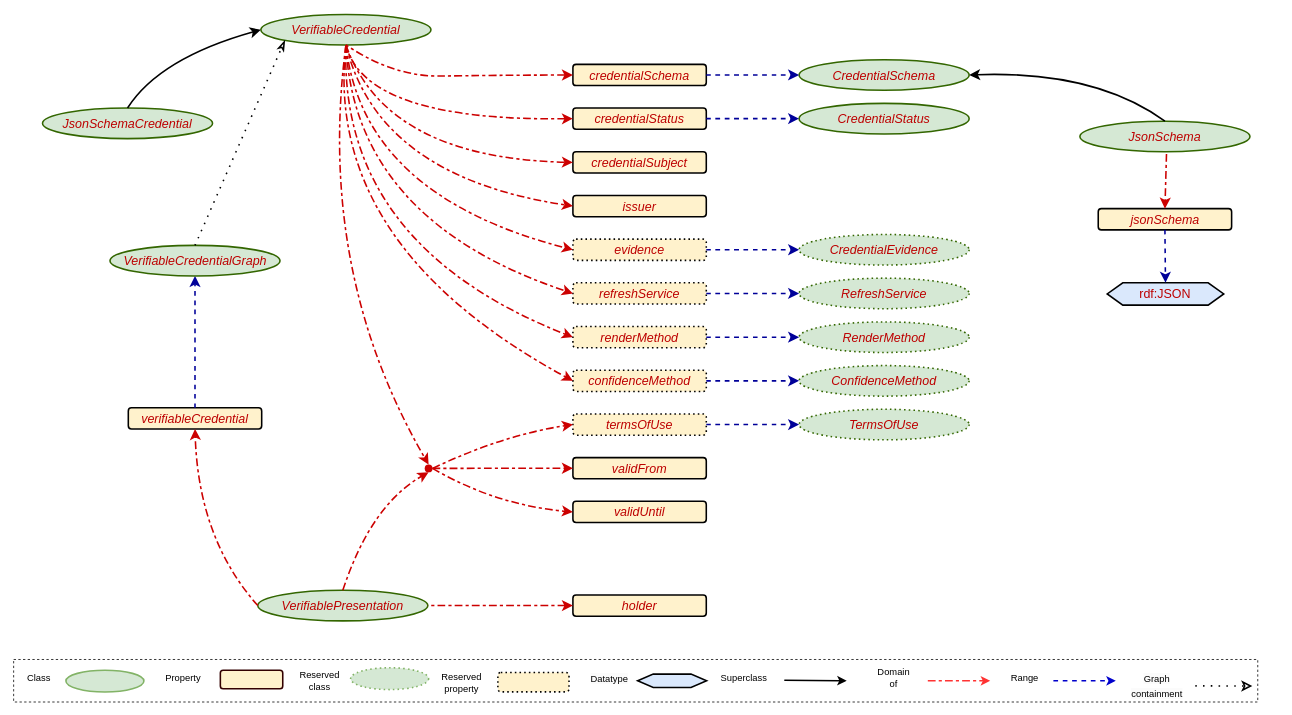
The draw.io diagram vocab/credentials/v2/vocabulary.drawio in w3c/vc-data-model, before the edit. Source tidied: cells renumbered, new cells numbered last; positions are measured from the earlier drawing's top-left corner, leaving out a move shared by most shapes. Both pictures are drawn from the tidied source at 78%, with x=0, y=0 at pixel (13, 14).
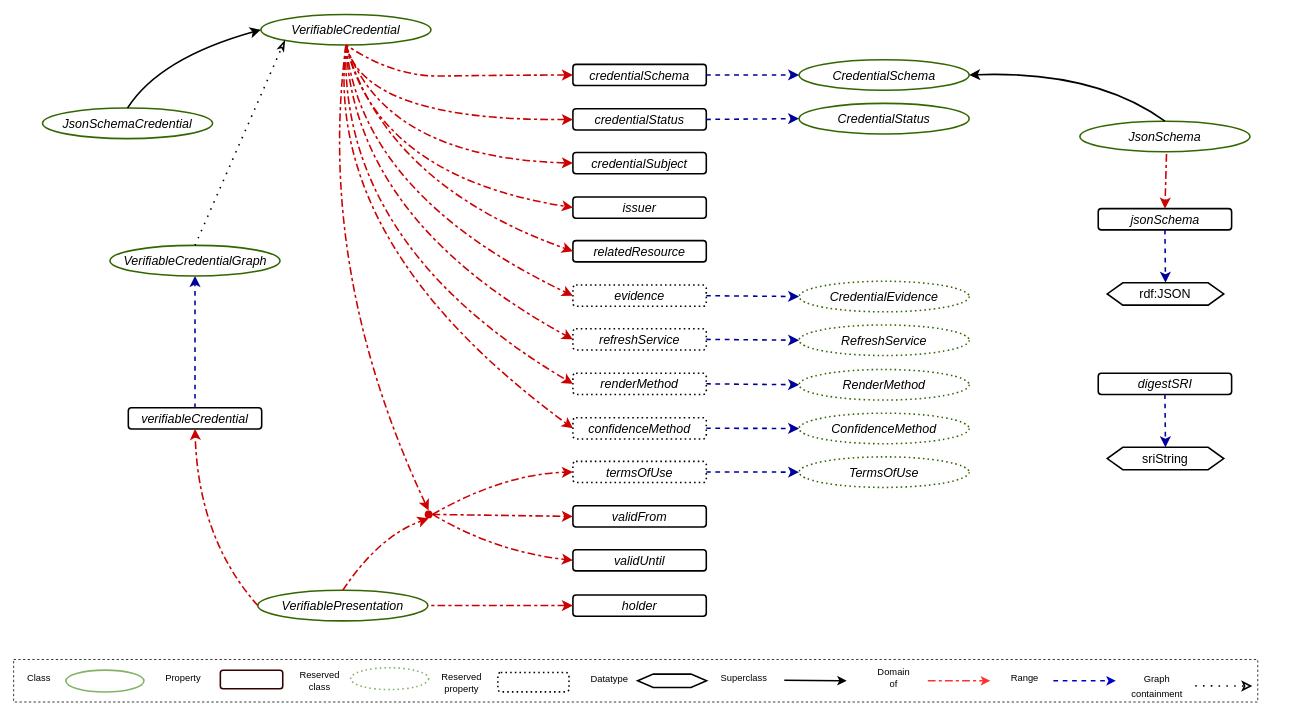
The same page after the edit.

Commit message (it also covers changes not shown here):
- Updated the diagram, finalized the vocabulary (there were syntax errors) - `sristring` -> `sriString` - Generated previews for the vocabulary

The change refers to these unchanged cells:
```xml
<mxCell id="57" style="group;" parent="55" vertex="1">
  <mxGeometry x="7" y="2.5" width="1614" height="49.5" as="geometry" />
</mxCell>
<mxCell id="58" style="group;" parent="57" vertex="1">
  <mxGeometry x="718" y="4.8" width="163.4" height="40" as="geometry" />
</mxCell>
<mxCell id="67" style="group;" parent="57" vertex="1">
  <mxGeometry x="175" y="6.2" width="170" height="37.1" as="geometry" />
</mxCell>
<mxCell id="79" style="group;" parent="57" vertex="1">
  <mxGeometry x="360" y="3.1" width="160" height="43.3" as="geometry" />
</mxCell>
<mxCell id="82" style="group;" parent="57" vertex="1">
  <mxGeometry x="532" width="176" height="49.5" as="geometry" />
</mxCell>
```

Diff of the diagram source:
```diff
@@
-    <mxCell id="2" value="&lt;i&gt;&lt;font color=&quot;#bd0000&quot;&gt;verifiableCredential&lt;/font&gt;&lt;/i&gt;" style="rounded=1;whiteSpace=wrap;html=1;fontSize=16;fillColor=#fff2cc;strokeWidth=2;" parent="1" vertex="1">
+    <mxCell id="2" value="&lt;i&gt;&lt;font color=&quot;#000000&quot;&gt;verifiableCredential&lt;/font&gt;&lt;/i&gt;" style="rounded=1;whiteSpace=wrap;html=1;fontSize=16;fillColor=none;strokeWidth=2;" parent="1" vertex="1">
       <mxGeometry x="147" y="504.2" width="171" height="27.2" as="geometry" />
     </mxCell>
-    <mxCell id="3" value="&lt;i&gt;&lt;font color=&quot;#bd0000&quot;&gt;VerifiableCredential&lt;/font&gt;&lt;/i&gt;" style="ellipse;whiteSpace=wrap;html=1;fontSize=16;fillColor=#d5e8d4;strokeWidth=2;strokeColor=#336600;" parent="1" vertex="1">
+    <mxCell id="3" value="&lt;i&gt;&lt;font color=&quot;#000000&quot;&gt;VerifiableCredential&lt;/font&gt;&lt;/i&gt;" style="ellipse;whiteSpace=wrap;html=1;fontSize=16;fillColor=none;strokeWidth=2;strokeColor=#336600;" parent="1" vertex="1">
       <mxGeometry x="317" width="218" height="39.2" as="geometry" />
     </mxCell>
-    <mxCell id="4" value="&lt;i&gt;&lt;font color=&quot;#bd0000&quot;&gt;JsonSchemaCredential&lt;/font&gt;&lt;/i&gt;" style="ellipse;whiteSpace=wrap;html=1;fontSize=16;fillColor=#d5e8d4;strokeWidth=2;strokeColor=#336600;" parent="1" vertex="1">
+    <mxCell id="4" value="&lt;i&gt;&lt;font color=&quot;#000000&quot;&gt;JsonSchemaCredential&lt;/font&gt;&lt;/i&gt;" style="ellipse;whiteSpace=wrap;html=1;fontSize=16;fillColor=none;strokeWidth=2;strokeColor=#336600;" parent="1" vertex="1">
       <mxGeometry x="37" y="120" width="218" height="39.2" as="geometry" />
     </mxCell>
-    <mxCell id="5" value="&lt;i&gt;&lt;font color=&quot;#bd0000&quot;&gt;VerifiablePresentation&lt;/font&gt;&lt;/i&gt;" style="ellipse;whiteSpace=wrap;html=1;fontSize=16;fillColor=#D5E8D4;strokeWidth=2;strokeColor=#336600;" parent="1" vertex="1">
+    <mxCell id="5" value="&lt;i&gt;&lt;font color=&quot;#000000&quot;&gt;VerifiablePresentation&lt;/font&gt;&lt;/i&gt;" style="ellipse;whiteSpace=wrap;html=1;fontSize=16;fillColor=none;strokeWidth=2;strokeColor=#336600;" parent="1" vertex="1">
       <mxGeometry x="313" y="738.3" width="218" height="39.2" as="geometry" />
     </mxCell>
@@
-    <mxCell id="10" value="&lt;i&gt;&lt;font color=&quot;#bd0000&quot;&gt;VerifiableCredentialGraph&lt;/font&gt;&lt;/i&gt;" style="ellipse;whiteSpace=wrap;html=1;fontSize=16;fillColor=#d5e8d4;strokeWidth=2;strokeColor=#336600;" parent="1" vertex="1">
+    <mxCell id="10" value="&lt;i&gt;&lt;font color=&quot;#000000&quot;&gt;VerifiableCredentialGraph&lt;/font&gt;&lt;/i&gt;" style="ellipse;whiteSpace=wrap;html=1;fontSize=16;fillColor=none;strokeWidth=2;strokeColor=#336600;" parent="1" vertex="1">
       <mxGeometry x="123.5" y="296.1" width="218" height="39.2" as="geometry" />
     </mxCell>
@@
-    <mxCell id="12" value="&lt;i&gt;&lt;font color=&quot;#bd0000&quot;&gt;credentialSchema&lt;/font&gt;&lt;/i&gt;" style="rounded=1;whiteSpace=wrap;html=1;fontSize=16;fillColor=#fff2cc;strokeWidth=2;" parent="1" vertex="1">
+    <mxCell id="12" value="&lt;i&gt;&lt;font color=&quot;#000000&quot;&gt;credentialSchema&lt;/font&gt;&lt;/i&gt;" style="rounded=1;whiteSpace=wrap;html=1;fontSize=16;fillColor=none;strokeWidth=2;" parent="1" vertex="1">
       <mxGeometry x="717" y="64" width="171" height="27.2" as="geometry" />
     </mxCell>
-    <mxCell id="13" value="&lt;i&gt;&lt;font color=&quot;#bd0000&quot;&gt;credentialStatus&lt;/font&gt;&lt;/i&gt;" style="rounded=1;whiteSpace=wrap;html=1;fontSize=16;fillColor=#fff2cc;strokeWidth=2;" parent="1" vertex="1">
-      <mxGeometry x="717" y="120" width="171" height="27.2" as="geometry" />
+    <mxCell id="13" value="&lt;i&gt;&lt;font color=&quot;#000000&quot;&gt;credentialStatus&lt;/font&gt;&lt;/i&gt;" style="rounded=1;whiteSpace=wrap;html=1;fontSize=16;fillColor=none;strokeWidth=2;" parent="1" vertex="1">
+      <mxGeometry x="717" y="121" width="171" height="27.2" as="geometry" />
     </mxCell>
-    <mxCell id="14" value="&lt;i&gt;&lt;font color=&quot;#bd0000&quot;&gt;credentialSubject&lt;/font&gt;&lt;/i&gt;" style="rounded=1;whiteSpace=wrap;html=1;fontSize=16;fillColor=#fff2cc;strokeWidth=2;" parent="1" vertex="1">
-      <mxGeometry x="717" y="176.1" width="171" height="27.2" as="geometry" />
+    <mxCell id="14" value="&lt;i&gt;&lt;font color=&quot;#000000&quot;&gt;credentialSubject&lt;/font&gt;&lt;/i&gt;" style="rounded=1;whiteSpace=wrap;html=1;fontSize=16;fillColor=none;strokeWidth=2;" parent="1" vertex="1">
+      <mxGeometry x="717" y="177" width="171" height="27.2" as="geometry" />
     </mxCell>
-    <mxCell id="15" value="&lt;i&gt;&lt;font color=&quot;#bd0000&quot;&gt;issuer&lt;/font&gt;&lt;/i&gt;" style="rounded=1;whiteSpace=wrap;html=1;fontSize=16;fillColor=#fff2cc;strokeWidth=2;" parent="1" vertex="1">
-      <mxGeometry x="717" y="232.1" width="171" height="27.2" as="geometry" />
+    <mxCell id="15" value="&lt;i&gt;&lt;font color=&quot;#000000&quot;&gt;issuer&lt;/font&gt;&lt;/i&gt;" style="rounded=1;whiteSpace=wrap;html=1;fontSize=16;fillColor=none;strokeWidth=2;" parent="1" vertex="1">
+      <mxGeometry x="717" y="234" width="171" height="27.2" as="geometry" />
     </mxCell>
-    <mxCell id="16" value="&lt;i&gt;&lt;font color=&quot;#bd0000&quot;&gt;evidence&lt;/font&gt;&lt;/i&gt;" style="rounded=1;whiteSpace=wrap;html=1;fontSize=16;fillColor=#fff2cc;strokeWidth=2;dashed=1;dashPattern=1 2;" parent="1" vertex="1">
-      <mxGeometry x="717" y="288.1" width="171" height="27.2" as="geometry" />
+    <mxCell id="16" value="&lt;i&gt;&lt;font color=&quot;#000000&quot;&gt;evidence&lt;/font&gt;&lt;/i&gt;" style="rounded=1;whiteSpace=wrap;html=1;fontSize=16;fillColor=none;strokeWidth=2;dashed=1;dashPattern=1 2;" parent="1" vertex="1">
+      <mxGeometry x="717" y="347" width="171" height="27.2" as="geometry" />
     </mxCell>
-    <mxCell id="17" value="&lt;i&gt;&lt;font color=&quot;#bd0000&quot;&gt;refreshService&lt;/font&gt;&lt;/i&gt;" style="rounded=1;whiteSpace=wrap;html=1;fontSize=16;fillColor=#fff2cc;strokeWidth=2;dashed=1;dashPattern=1 2;" parent="1" vertex="1">
-      <mxGeometry x="717" y="344.1" width="171" height="27.2" as="geometry" />
+    <mxCell id="17" value="&lt;i&gt;&lt;font color=&quot;#000000&quot;&gt;refreshService&lt;/font&gt;&lt;/i&gt;" style="rounded=1;whiteSpace=wrap;html=1;fontSize=16;fillColor=none;strokeWidth=2;dashed=1;dashPattern=1 2;" parent="1" vertex="1">
+      <mxGeometry x="717" y="403" width="171" height="27.2" as="geometry" />
     </mxCell>
-    <mxCell id="18" value="&lt;i&gt;&lt;font color=&quot;#bd0000&quot;&gt;renderMethod&lt;/font&gt;&lt;/i&gt;" style="rounded=1;whiteSpace=wrap;html=1;fontSize=16;fillColor=#fff2cc;strokeWidth=2;dashed=1;dashPattern=1 2;" parent="1" vertex="1">
-      <mxGeometry x="717" y="400.2" width="171" height="27.2" as="geometry" />
+    <mxCell id="18" value="&lt;i&gt;&lt;font color=&quot;#000000&quot;&gt;renderMethod&lt;/font&gt;&lt;/i&gt;" style="rounded=1;whiteSpace=wrap;html=1;fontSize=16;fillColor=none;strokeWidth=2;dashed=1;dashPattern=1 2;" parent="1" vertex="1">
+      <mxGeometry x="717" y="460" width="171" height="27.2" as="geometry" />
     </mxCell>
-    <mxCell id="19" value="&lt;i&gt;&lt;font color=&quot;#bd0000&quot;&gt;confidenceMethod&lt;/font&gt;&lt;/i&gt;" style="rounded=1;whiteSpace=wrap;html=1;fontSize=16;fillColor=#fff2cc;strokeWidth=2;dashed=1;dashPattern=1 2;" parent="1" vertex="1">
-      <mxGeometry x="717" y="456.2" width="171" height="27.2" as="geometry" />
+    <mxCell id="19" value="&lt;i&gt;&lt;font color=&quot;#000000&quot;&gt;confidenceMethod&lt;/font&gt;&lt;/i&gt;" style="rounded=1;whiteSpace=wrap;html=1;fontSize=16;fillColor=none;strokeWidth=2;dashed=1;dashPattern=1 2;" parent="1" vertex="1">
+      <mxGeometry x="717" y="517" width="171" height="27.2" as="geometry" />
     </mxCell>
-    <mxCell id="20" value="&lt;i&gt;&lt;font color=&quot;#bd0000&quot;&gt;termsOfUse&lt;/font&gt;&lt;/i&gt;" style="rounded=1;whiteSpace=wrap;html=1;fontSize=16;fillColor=#fff2cc;strokeWidth=2;dashed=1;dashPattern=1 2;" parent="1" vertex="1">
-      <mxGeometry x="717" y="512.2" width="171" height="27.2" as="geometry" />
+    <mxCell id="20" value="&lt;i&gt;&lt;font color=&quot;#000000&quot;&gt;termsOfUse&lt;/font&gt;&lt;/i&gt;" style="rounded=1;whiteSpace=wrap;html=1;fontSize=16;fillColor=none;strokeWidth=2;dashed=1;dashPattern=1 2;" parent="1" vertex="1">
+      <mxGeometry x="717" y="573" width="171" height="27.2" as="geometry" />
     </mxCell>
-    <mxCell id="21" value="&lt;i&gt;&lt;font color=&quot;#bd0000&quot;&gt;validFrom&lt;/font&gt;&lt;/i&gt;" style="rounded=1;whiteSpace=wrap;html=1;fontSize=16;fillColor=#fff2cc;strokeWidth=2;" parent="1" vertex="1">
-      <mxGeometry x="717" y="568.2" width="171" height="27.2" as="geometry" />
+    <mxCell id="21" value="&lt;i&gt;&lt;font color=&quot;#000000&quot;&gt;validFrom&lt;/font&gt;&lt;/i&gt;" style="rounded=1;whiteSpace=wrap;html=1;fontSize=16;fillColor=none;strokeWidth=2;" parent="1" vertex="1">
+      <mxGeometry x="717" y="630" width="171" height="27.2" as="geometry" />
     </mxCell>
-    <mxCell id="22" value="&lt;i&gt;&lt;font color=&quot;#bd0000&quot;&gt;validUntil&lt;/font&gt;&lt;/i&gt;" style="rounded=1;whiteSpace=wrap;html=1;fontSize=16;fillColor=#fff2cc;strokeWidth=2;" parent="1" vertex="1">
-      <mxGeometry x="717" y="624.2" width="171" height="27.2" as="geometry" />
+    <mxCell id="22" value="&lt;i&gt;&lt;font color=&quot;#000000&quot;&gt;validUntil&lt;/font&gt;&lt;/i&gt;" style="rounded=1;whiteSpace=wrap;html=1;fontSize=16;fillColor=none;strokeWidth=2;" parent="1" vertex="1">
+      <mxGeometry x="717" y="686.2" width="171" height="27.2" as="geometry" />
     </mxCell>
-    <mxCell id="23" value="&lt;i&gt;&lt;font color=&quot;#bd0000&quot;&gt;holder&lt;/font&gt;&lt;/i&gt;" style="rounded=1;whiteSpace=wrap;html=1;fontSize=16;fillColor=#fff2cc;strokeWidth=2;" parent="1" vertex="1">
+    <mxCell id="23" value="&lt;i&gt;&lt;font color=&quot;#000000&quot;&gt;holder&lt;/font&gt;&lt;/i&gt;" style="rounded=1;whiteSpace=wrap;html=1;fontSize=16;fillColor=none;strokeWidth=2;" parent="1" vertex="1">
       <mxGeometry x="717" y="744.3" width="171" height="27.2" as="geometry" />
     </mxCell>
@@
     <mxCell id="33" style="ellipse;whiteSpace=wrap;html=1;fontSize=16;fillColor=#cc0000;strokeColor=none;" parent="1" vertex="1">
-      <mxGeometry x="527" y="577" width="10" height="10" as="geometry" />
+      <mxGeometry x="527" y="636" width="10" height="10" as="geometry" />
     </mxCell>
     <mxCell id="34" style="endArrow=classic;html=1;rounded=0;fontSize=12;startSize=8;endSize=8;curved=1;exitX=0.5;exitY=0;exitDx=0;exitDy=0;entryX=0.5;entryY=1;entryDx=0;entryDy=0;dashed=1;strokeWidth=2;strokeColor=#CC0000;endFill=1;startArrow=none;startFill=0;dashPattern=5 2 2 2;" parent="1" edge="1" source="5" target="33">
       <mxGeometry relative="1" as="geometry">
         <Array as="points">
-          <mxPoint x="458" y="629" />
+          <mxPoint x="468" y="669" />
         </Array>
       </mxGeometry>
     </mxCell>
@@
     <mxCell id="37" style="endArrow=classic;html=1;rounded=0;fontSize=12;startSize=8;endSize=8;curved=1;exitX=1;exitY=0.5;exitDx=0;exitDy=0;dashed=1;strokeWidth=2;strokeColor=#CC0000;endFill=1;startArrow=none;startFill=0;entryX=0;entryY=0.5;entryDx=0;entryDy=0;dashPattern=5 2 2 2;" parent="1" edge="1" source="33" target="20">
       <mxGeometry relative="1" as="geometry">
         <Array as="points">
-          <mxPoint x="628" y="539" />
+          <mxPoint x="628" y="589" />
         </Array>
       </mxGeometry>
     </mxCell>
     <mxCell id="38" style="endArrow=classic;html=1;rounded=0;fontSize=12;startSize=8;endSize=8;curved=1;dashed=1;strokeWidth=2;strokeColor=#CC0000;endFill=1;startArrow=none;startFill=0;entryX=0;entryY=0.5;entryDx=0;entryDy=0;exitX=1;exitY=0.5;exitDx=0;exitDy=0;dashPattern=5 2 2 2;" parent="1" edge="1" source="33" target="22">
       <mxGeometry relative="1" as="geometry">
         <Array as="points">
-          <mxPoint x="618" y="629" />
+          <mxPoint x="618" y="689" />
         </Array>
       </mxGeometry>
     </mxCell>
-    <mxCell id="39" value="&lt;i&gt;&lt;font color=&quot;#bd0000&quot;&gt;RenderMethod&lt;/font&gt;&lt;/i&gt;" style="ellipse;whiteSpace=wrap;html=1;fontSize=16;fillColor=#D5E8D4;strokeWidth=2;strokeColor=#336600;dashed=1;dashPattern=1 2;" parent="1" vertex="1">
-      <mxGeometry x="1007" y="394.2" width="218" height="39.2" as="geometry" />
+    <mxCell id="39" value="&lt;i&gt;&lt;font color=&quot;#000000&quot;&gt;RenderMethod&lt;/font&gt;&lt;/i&gt;" style="ellipse;whiteSpace=wrap;html=1;fontSize=16;fillColor=none;strokeWidth=2;strokeColor=#336600;dashed=1;dashPattern=1 2;" parent="1" vertex="1">
+      <mxGeometry x="1007" y="455.2" width="218" height="39.2" as="geometry" />
     </mxCell>
-    <mxCell id="40" value="&lt;i&gt;&lt;font color=&quot;#bd0000&quot;&gt;CredentialEvidence&lt;/font&gt;&lt;/i&gt;" style="ellipse;whiteSpace=wrap;html=1;fontSize=16;fillColor=#D5E8D4;strokeWidth=2;strokeColor=#336600;dashed=1;dashPattern=1 2;" parent="1" vertex="1">
-      <mxGeometry x="1007" y="282.1" width="218" height="39.2" as="geometry" />
+    <mxCell id="40" value="&lt;i&gt;&lt;font color=&quot;#000000&quot;&gt;CredentialEvidence&lt;/font&gt;&lt;/i&gt;" style="ellipse;whiteSpace=wrap;html=1;fontSize=16;fillColor=none;strokeWidth=2;strokeColor=#336600;dashed=1;dashPattern=1 2;" parent="1" vertex="1">
+      <mxGeometry x="1007" y="342.1" width="218" height="39.2" as="geometry" />
     </mxCell>
-    <mxCell id="41" value="&lt;i&gt;&lt;font color=&quot;#bd0000&quot;&gt;RefreshService&lt;/font&gt;&lt;/i&gt;" style="ellipse;whiteSpace=wrap;html=1;fontSize=16;fillColor=#D5E8D4;strokeWidth=2;strokeColor=#336600;dashed=1;dashPattern=1 2;" parent="1" vertex="1">
-      <mxGeometry x="1007" y="338.1" width="218" height="39.2" as="geometry" />
+    <mxCell id="41" value="&lt;i&gt;&lt;font color=&quot;#000000&quot;&gt;RefreshService&lt;/font&gt;&lt;/i&gt;" style="ellipse;whiteSpace=wrap;html=1;fontSize=16;fillColor=none;strokeWidth=2;strokeColor=#336600;dashed=1;dashPattern=1 2;" parent="1" vertex="1">
+      <mxGeometry x="1007" y="398.1" width="218" height="39.2" as="geometry" />
     </mxCell>
-    <mxCell id="42" value="&lt;i&gt;&lt;font color=&quot;#bd0000&quot;&gt;ConfidenceMethod&lt;/font&gt;&lt;/i&gt;" style="ellipse;whiteSpace=wrap;html=1;fontSize=16;fillColor=#D5E8D4;strokeWidth=2;strokeColor=#336600;dashed=1;dashPattern=1 2;" parent="1" vertex="1">
-      <mxGeometry x="1007" y="450.2" width="218" height="39.2" as="geometry" />
+    <mxCell id="42" value="&lt;i&gt;&lt;font color=&quot;#000000&quot;&gt;ConfidenceMethod&lt;/font&gt;&lt;/i&gt;" style="ellipse;whiteSpace=wrap;html=1;fontSize=16;fillColor=none;strokeWidth=2;strokeColor=#336600;dashed=1;dashPattern=1 2;" parent="1" vertex="1">
+      <mxGeometry x="1007" y="511.2" width="218" height="39.2" as="geometry" />
     </mxCell>
-    <mxCell id="43" value="&lt;i&gt;&lt;font color=&quot;#bd0000&quot;&gt;TermsOfUse&lt;/font&gt;&lt;/i&gt;" style="ellipse;whiteSpace=wrap;html=1;fontSize=16;fillColor=#D5E8D4;strokeWidth=2;strokeColor=#336600;dashed=1;dashPattern=1 2;" parent="1" vertex="1">
-      <mxGeometry x="1007" y="506.2" width="218" height="39.2" as="geometry" />
+    <mxCell id="43" value="&lt;i&gt;&lt;font color=&quot;#000000&quot;&gt;TermsOfUse&lt;/font&gt;&lt;/i&gt;" style="ellipse;whiteSpace=wrap;html=1;fontSize=16;fillColor=none;strokeWidth=2;strokeColor=#336600;dashed=1;dashPattern=1 2;" parent="1" vertex="1">
+      <mxGeometry x="1007" y="567.2" width="218" height="39.2" as="geometry" />
     </mxCell>
-    <mxCell id="44" value="&lt;i&gt;&lt;font color=&quot;#bd0000&quot;&gt;CredentialSchema&lt;/font&gt;&lt;/i&gt;" style="ellipse;whiteSpace=wrap;html=1;fontSize=16;fillColor=#d5e8d4;strokeWidth=2;strokeColor=#336600;" parent="1" vertex="1">
+    <mxCell id="44" value="&lt;i&gt;&lt;font color=&quot;#000000&quot;&gt;CredentialSchema&lt;/font&gt;&lt;/i&gt;" style="ellipse;whiteSpace=wrap;html=1;fontSize=16;fillColor=none;strokeWidth=2;strokeColor=#336600;" parent="1" vertex="1">
       <mxGeometry x="1007" y="58" width="218" height="39.2" as="geometry" />
     </mxCell>
-    <mxCell id="45" value="&lt;i&gt;&lt;font color=&quot;#bd0000&quot;&gt;CredentialStatus&lt;/font&gt;&lt;/i&gt;" style="ellipse;whiteSpace=wrap;html=1;fontSize=16;fillColor=#d5e8d4;strokeWidth=2;strokeColor=#336600;" parent="1" vertex="1">
+    <mxCell id="45" value="&lt;i&gt;&lt;font color=&quot;#000000&quot;&gt;CredentialStatus&lt;/font&gt;&lt;/i&gt;" style="ellipse;whiteSpace=wrap;html=1;fontSize=16;fillColor=none;strokeWidth=2;strokeColor=#336600;" parent="1" vertex="1">
       <mxGeometry x="1007" y="114" width="218" height="39.2" as="geometry" />
     </mxCell>
@@
-    <mxCell id="53" value="&lt;i&gt;&lt;font color=&quot;#bd0000&quot;&gt;JsonSchema&lt;/font&gt;&lt;/i&gt;" style="ellipse;whiteSpace=wrap;html=1;fontSize=16;fillColor=#d5e8d4;strokeWidth=2;strokeColor=#336600;" parent="1" vertex="1">
+    <mxCell id="53" value="&lt;i&gt;&lt;font color=&quot;#000000&quot;&gt;JsonSchema&lt;/font&gt;&lt;/i&gt;" style="ellipse;whiteSpace=wrap;html=1;fontSize=16;fillColor=none;strokeWidth=2;strokeColor=#336600;" parent="1" vertex="1">
       <mxGeometry x="1367" y="136.9" width="218" height="39.2" as="geometry" />
     </mxCell>
@@
-    <mxCell id="59" style="shape=hexagon;perimeter=hexagonPerimeter2;whiteSpace=wrap;html=1;fixedSize=1;fontSize=16;fillColor=#dae8fc;strokeWidth=2;" parent="58" vertex="1">
+    <mxCell id="59" style="shape=hexagon;perimeter=hexagonPerimeter2;whiteSpace=wrap;html=1;fixedSize=1;fontSize=16;fillColor=none;strokeWidth=2;" parent="58" vertex="1">
       <mxGeometry x="75" y="11.5" width="88.4" height="17" as="geometry" />
     </mxCell>
@@
-    <mxCell id="64" style="group;" parent="57" vertex="1">
-      <mxGeometry y="6.2" width="160" height="37.1" as="geometry" />
-    </mxCell>
-    <mxCell id="65" style="ellipse;whiteSpace=wrap;html=1;fillColor=#d5e8d4;strokeColor=#82b366;strokeWidth=2;" parent="64" vertex="1">
-      <mxGeometry x="60" y="5" width="100" height="28" as="geometry" />
-    </mxCell>
-    <mxCell id="66" value="Class" style="text;html=1;align=center;verticalAlign=middle;strokeColor=none;fillColor=none;" parent="64" vertex="1">
-      <mxGeometry width="50" height="30" as="geometry" />
-    </mxCell>
@@
-    <mxCell id="68" style="rounded=1;whiteSpace=wrap;html=1;fillColor=#FFf2cc;strokeColor=#330000;strokeWidth=2;" parent="67" vertex="1">
+    <mxCell id="68" style="rounded=1;whiteSpace=wrap;html=1;fillColor=none;strokeColor=#330000;strokeWidth=2;" parent="67" vertex="1">
       <mxGeometry x="83" y="5" width="80" height="23.7" as="geometry" />
     </mxCell>
@@
-    <mxCell id="80" style="ellipse;whiteSpace=wrap;html=1;fillColor=#D5E8D4;strokeColor=#82b366;strokeWidth=2;dashed=1;dashPattern=1 2;" parent="79" vertex="1">
+    <mxCell id="80" style="ellipse;whiteSpace=wrap;html=1;fillColor=none;strokeColor=#82b366;strokeWidth=2;dashed=1;dashPattern=1 2;" parent="79" vertex="1">
       <mxGeometry x="65" y="5" width="100" height="28" as="geometry" />
     </mxCell>
@@
-    <mxCell id="84" style="rounded=1;whiteSpace=wrap;html=1;fontSize=16;fillColor=#FFF2CC;strokeWidth=2;dashed=1;dashPattern=1 2;" parent="82" vertex="1">
+    <mxCell id="84" style="rounded=1;whiteSpace=wrap;html=1;fontSize=16;fillColor=none;strokeWidth=2;dashed=1;dashPattern=1 2;" parent="82" vertex="1">
       <mxGeometry x="81.8" y="14.2" width="91.2" height="24.8" as="geometry" />
     </mxCell>
+    <mxCell id="65" style="ellipse;whiteSpace=wrap;html=1;fillColor=none;strokeColor=#82b366;strokeWidth=2;" parent="57" vertex="1">
+      <mxGeometry x="60" y="11.1" width="100" height="28" as="geometry" />
+    </mxCell>
+    <mxCell id="66" value="Class" style="text;html=1;align=center;verticalAlign=middle;strokeColor=none;fillColor=none;" parent="57" vertex="1">
+      <mxGeometry y="6.2" width="50" height="30" as="geometry" />
+    </mxCell>
-    <mxCell id="85" value="&lt;i&gt;&lt;font color=&quot;#bd0000&quot;&gt;jsonSchema&lt;/font&gt;&lt;/i&gt;" style="rounded=1;whiteSpace=wrap;html=1;fontSize=16;fillColor=#fff2cc;strokeWidth=2;" parent="1" vertex="1">
+    <mxCell id="85" value="&lt;i&gt;&lt;font color=&quot;#000000&quot;&gt;jsonSchema&lt;/font&gt;&lt;/i&gt;" style="rounded=1;whiteSpace=wrap;html=1;fontSize=16;fillColor=none;strokeWidth=2;" parent="1" vertex="1">
       <mxGeometry x="1390.5" y="249" width="171" height="27.2" as="geometry" />
     </mxCell>
@@
-    <mxCell id="87" value="&lt;font color=&quot;#bd0000&quot;&gt;rdf:JSON&lt;/font&gt;" style="shape=hexagon;perimeter=hexagonPerimeter2;whiteSpace=wrap;html=1;fixedSize=1;fontSize=16;fillColor=#dae8fc;strokeWidth=2;" parent="1" vertex="1">
+    <mxCell id="87" value="&lt;font color=&quot;#000000&quot;&gt;rdf:JSON&lt;/font&gt;" style="shape=hexagon;perimeter=hexagonPerimeter2;whiteSpace=wrap;html=1;fixedSize=1;fontSize=16;fillColor=none;strokeWidth=2;" parent="1" vertex="1">
       <mxGeometry x="1402" y="344" width="149.4" height="28.7" as="geometry" />
     </mxCell>
@@
+    <mxCell id="89" value="&lt;i&gt;&lt;font color=&quot;#000000&quot;&gt;relatedResource&lt;/font&gt;&lt;/i&gt;" style="rounded=1;whiteSpace=wrap;html=1;fontSize=16;fillColor=none;strokeWidth=2;" parent="1" vertex="1">
+      <mxGeometry x="717" y="290" width="171" height="27.2" as="geometry" />
+    </mxCell>
+    <mxCell id="90" style="endArrow=classic;html=1;rounded=0;fontSize=12;startSize=8;endSize=8;curved=1;exitX=0.5;exitY=1;exitDx=0;exitDy=0;entryX=0;entryY=0.5;entryDx=0;entryDy=0;dashed=1;strokeWidth=2;strokeColor=#CC0000;endFill=1;startArrow=none;startFill=0;dashPattern=5 2 2 2;" parent="1" edge="1" source="3" target="89">
+      <mxGeometry relative="1" as="geometry">
+        <Array as="points">
+          <mxPoint x="477" y="218.1" />
+        </Array>
+      </mxGeometry>
+    </mxCell>
+    <mxCell id="91" value="&lt;i&gt;&lt;font color=&quot;#000000&quot;&gt;digestSRI&lt;/font&gt;&lt;/i&gt;" style="rounded=1;whiteSpace=wrap;html=1;fontSize=16;fillColor=none;strokeWidth=2;" parent="1" vertex="1">
+      <mxGeometry x="1390.5" y="460" width="171" height="27.2" as="geometry" />
+    </mxCell>
+    <mxCell id="92" value="&lt;font color=&quot;#000000&quot;&gt;sriString&lt;/font&gt;" style="shape=hexagon;perimeter=hexagonPerimeter2;whiteSpace=wrap;html=1;fixedSize=1;fontSize=16;fillColor=none;strokeWidth=2;" parent="1" vertex="1">
+      <mxGeometry x="1402" y="555" width="149.4" height="28.7" as="geometry" />
+    </mxCell>
+    <mxCell id="93" style="endArrow=classic;html=1;rounded=0;fontSize=12;startSize=8;endSize=8;curved=1;entryX=0.5;entryY=0;entryDx=0;entryDy=0;exitX=0.5;exitY=1;exitDx=0;exitDy=0;strokeColor=#000099;dashed=1;strokeWidth=2;" parent="1" edge="1" source="91" target="92">
+      <mxGeometry relative="1" as="geometry" />
+    </mxCell>
```
